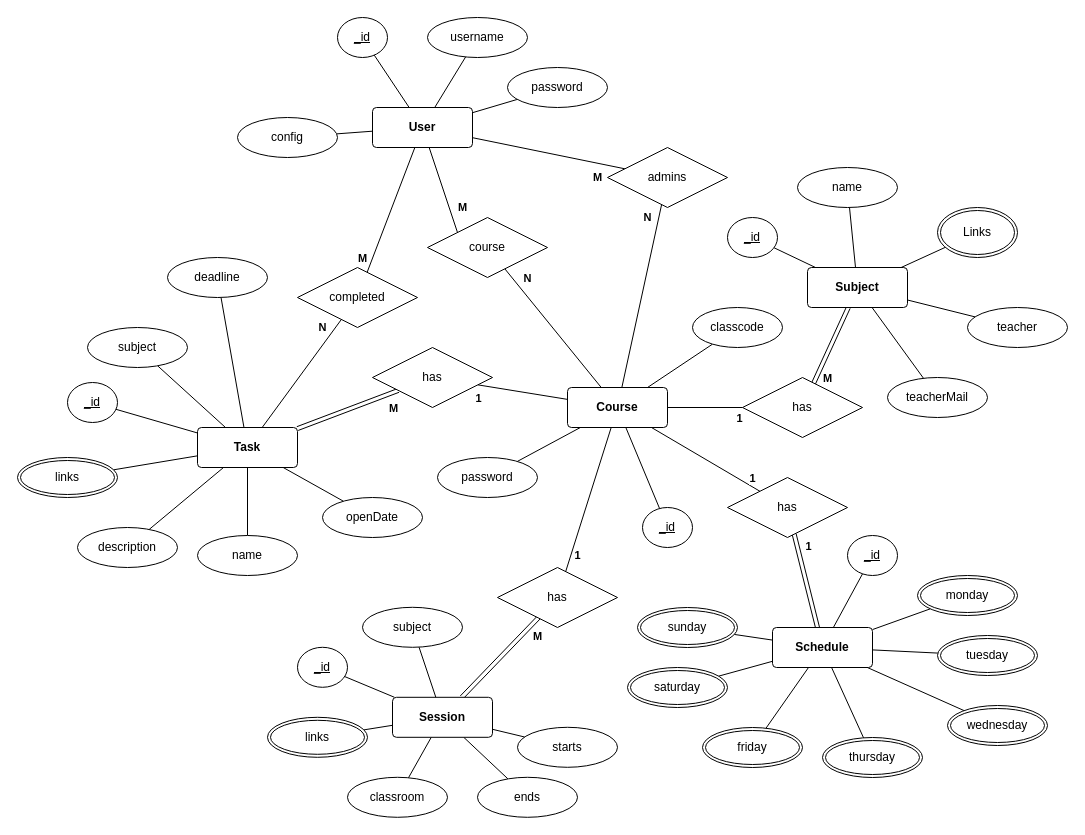
The draw.io diagram page "Entity Relationship" (1 of 2) of docs/APIv1 DB Schemas/APIv1 DB Diagrams.drawio in IsmaCortGtz/fasty-task-server, before the edit. Source tidied: cells renumbered, new cells numbered last; positions are measured from the earlier drawing's top-left corner, leaving out a move shared by most shapes. Both pictures are drawn from the tidied source at 100%, with x=0, y=0 at pixel (17, 17).
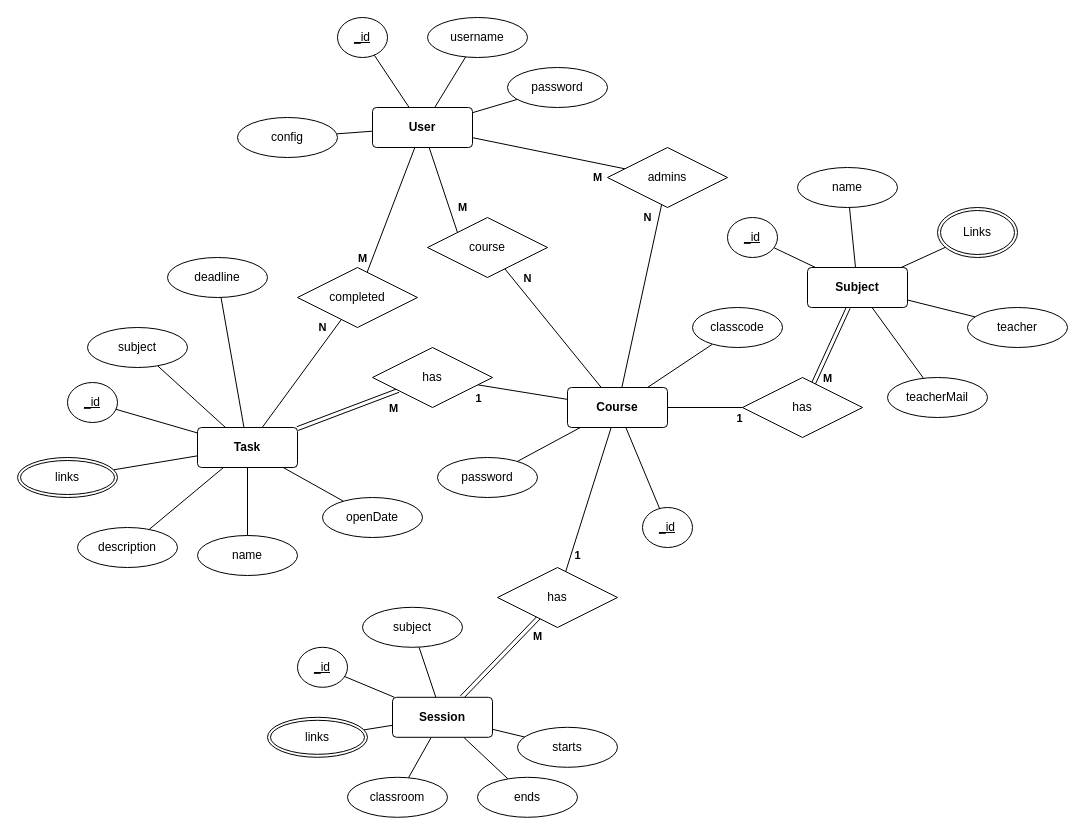
The same page after the edit.

Commit message (it also covers changes not shown here):
Schedule schema remove from db diagrams

Unchanged cells that the change refers to:
```xml
<mxCell id="24" value="&lt;b&gt;Course &lt;br&gt;&lt;/b&gt;" style="rounded=1;arcSize=10;whiteSpace=wrap;html=1;align=center;" parent="1" vertex="1">
  <mxGeometry x="550" y="370" width="100" height="40" as="geometry" />
</mxCell>
```

Change to the diagram source:
```diff
@@
-    <mxCell id="28" style="rounded=0;jettySize=auto;html=1;endArrow=none;endFill=0;" parent="1" edge="1" source="95" target="24">
-      <mxGeometry relative="1" as="geometry" />
-    </mxCell>
-    <mxCell id="29" value="&lt;b&gt;1&lt;/b&gt;" style="edgeLabel;html=1;align=center;verticalAlign=middle;" parent="28" vertex="1">
-      <mxGeometry x="-0.56" y="3" relative="1" as="geometry">
-        <mxPoint x="18" y="-2" as="offset" />
-      </mxGeometry>
-    </mxCell>
@@
-    <mxCell id="70" style="rounded=0;jettySize=auto;html=1;endArrow=none;endFill=0;" parent="1" edge="1" source="80" target="81">
-      <mxGeometry relative="1" as="geometry" />
-    </mxCell>
-    <mxCell id="71" style="rounded=0;jettySize=auto;html=1;endArrow=none;endFill=0;" parent="1" edge="1" source="80" target="82">
-      <mxGeometry relative="1" as="geometry" />
-    </mxCell>
-    <mxCell id="72" style="rounded=0;jettySize=auto;html=1;endArrow=none;endFill=0;" parent="1" edge="1" source="80" target="83">
-      <mxGeometry relative="1" as="geometry" />
-    </mxCell>
-    <mxCell id="73" style="rounded=0;jettySize=auto;html=1;endArrow=none;endFill=0;" parent="1" edge="1" source="80" target="84">
-      <mxGeometry relative="1" as="geometry" />
-    </mxCell>
-    <mxCell id="74" style="rounded=0;jettySize=auto;html=1;endArrow=none;endFill=0;" parent="1" edge="1" source="80" target="85">
-      <mxGeometry relative="1" as="geometry" />
-    </mxCell>
-    <mxCell id="75" style="rounded=0;jettySize=auto;html=1;endArrow=none;endFill=0;" parent="1" edge="1" source="80" target="86">
-      <mxGeometry relative="1" as="geometry" />
-    </mxCell>
-    <mxCell id="76" style="rounded=0;jettySize=auto;html=1;endArrow=none;endFill=0;" parent="1" edge="1" source="80" target="87">
-      <mxGeometry relative="1" as="geometry" />
-    </mxCell>
-    <mxCell id="77" style="rounded=0;jettySize=auto;html=1;endArrow=none;endFill=0;" parent="1" edge="1" source="80" target="88">
-      <mxGeometry relative="1" as="geometry" />
-    </mxCell>
-    <mxCell id="78" style="rounded=0;jettySize=auto;html=1;endArrow=none;endFill=0;shape=link;" parent="1" edge="1" source="80" target="95">
-      <mxGeometry relative="1" as="geometry" />
-    </mxCell>
-    <mxCell id="79" value="&lt;b&gt;1&lt;/b&gt;" style="edgeLabel;html=1;align=center;verticalAlign=middle;" parent="78" vertex="1">
-      <mxGeometry x="0.51" y="-1" relative="1" as="geometry">
-        <mxPoint x="7" y="-10" as="offset" />
-      </mxGeometry>
-    </mxCell>
-    <mxCell id="80" value="&lt;b&gt;Schedule&lt;/b&gt;" style="rounded=1;arcSize=10;whiteSpace=wrap;html=1;align=center;" parent="1" vertex="1">
-      <mxGeometry x="755" y="610" width="100" height="40" as="geometry" />
-    </mxCell>
-    <mxCell id="81" value="&lt;u&gt;_id&lt;/u&gt;" style="ellipse;whiteSpace=wrap;html=1;align=center;" parent="1" vertex="1">
-      <mxGeometry x="830" y="518" width="50" height="40" as="geometry" />
-    </mxCell>
-    <mxCell id="82" value="monday" style="ellipse;shape=doubleEllipse;margin=3;whiteSpace=wrap;html=1;align=center;" parent="1" vertex="1">
-      <mxGeometry x="900" y="558" width="100" height="40" as="geometry" />
-    </mxCell>
-    <mxCell id="83" value="tuesday" style="ellipse;shape=doubleEllipse;margin=3;whiteSpace=wrap;html=1;align=center;" parent="1" vertex="1">
-      <mxGeometry x="920" y="618" width="100" height="40" as="geometry" />
-    </mxCell>
-    <mxCell id="84" value="wednesday" style="ellipse;shape=doubleEllipse;margin=3;whiteSpace=wrap;html=1;align=center;" parent="1" vertex="1">
-      <mxGeometry x="930" y="688" width="100" height="40" as="geometry" />
-    </mxCell>
-    <mxCell id="85" value="thursday" style="ellipse;shape=doubleEllipse;margin=3;whiteSpace=wrap;html=1;align=center;" parent="1" vertex="1">
-      <mxGeometry x="805" y="720" width="100" height="40" as="geometry" />
-    </mxCell>
-    <mxCell id="86" value="friday" style="ellipse;shape=doubleEllipse;margin=3;whiteSpace=wrap;html=1;align=center;" parent="1" vertex="1">
-      <mxGeometry x="685" y="710" width="100" height="40" as="geometry" />
-    </mxCell>
-    <mxCell id="87" value="saturday" style="ellipse;shape=doubleEllipse;margin=3;whiteSpace=wrap;html=1;align=center;" parent="1" vertex="1">
-      <mxGeometry x="610" y="650" width="100" height="40" as="geometry" />
-    </mxCell>
-    <mxCell id="88" value="sunday" style="ellipse;shape=doubleEllipse;margin=3;whiteSpace=wrap;html=1;align=center;" parent="1" vertex="1">
-      <mxGeometry x="620" y="590" width="100" height="40" as="geometry" />
-    </mxCell>
@@
-    <mxCell id="95" value="has" style="shape=rhombus;perimeter=rhombusPerimeter;whiteSpace=wrap;html=1;align=center;" parent="1" vertex="1">
-      <mxGeometry x="710" y="460" width="120" height="60" as="geometry" />
-    </mxCell>
```
